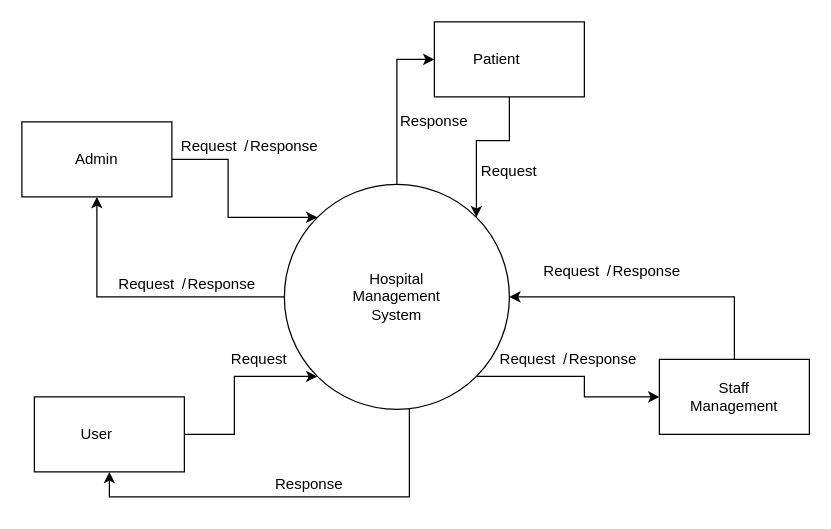
Earlier version of the draw.io diagram Untitled Diagram.drawio (rishabacharya/dfd). Source tidied: cells renumbered, new cells numbered last; positions are measured from the earlier drawing's top-left corner, leaving out a move shared by most shapes. Both pictures are drawn from the tidied source at 125%, with x=0, y=0 at pixel (21, 21).
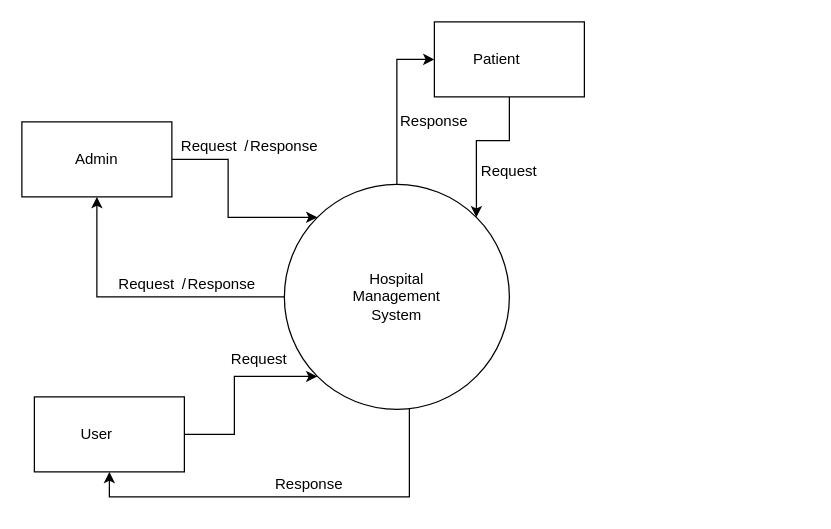
The same diagram, later.

Unchanged cells that the change refers to:
```xml
<mxCell id="6" style="ellipse;whiteSpace=wrap;html=1;" parent="1" vertex="1">
  <mxGeometry x="210" y="130" width="180" height="180" as="geometry" />
</mxCell>
```

Change to the diagram source:
```diff
@@
-    <mxCell id="2" style="edgeStyle=orthogonalEdgeStyle;rounded=0;jettySize=auto;html=1;exitX=1;exitY=1;exitDx=0;exitDy=0;entryX=0;entryY=0.5;entryDx=0;entryDy=0;" parent="1" edge="1" source="6" target="10">
-      <mxGeometry relative="1" as="geometry" />
-    </mxCell>
@@
-    <mxCell id="9" style="edgeStyle=orthogonalEdgeStyle;rounded=0;jettySize=auto;html=1;entryX=1;entryY=0.5;entryDx=0;entryDy=0;" parent="1" edge="1" source="10" target="6">
-      <mxGeometry relative="1" as="geometry">
-        <Array as="points">
-          <mxPoint x="570" y="220" />
-        </Array>
-      </mxGeometry>
-    </mxCell>
-    <mxCell id="10" style="rounded=0;whiteSpace=wrap;html=1;" parent="1" vertex="1">
-      <mxGeometry x="510" y="270" width="120" height="60" as="geometry" />
-    </mxCell>
@@
-    <mxCell id="16" value="Staff Management" style="text;html=1;strokeColor=none;fillColor=none;align=center;verticalAlign=middle;whiteSpace=wrap;rounded=0;" parent="1" vertex="1">
-      <mxGeometry x="550" y="290" width="40" height="20" as="geometry" />
-    </mxCell>
@@
-    <mxCell id="28" value="/" style="text;html=1;strokeColor=none;fillColor=none;align=center;verticalAlign=middle;whiteSpace=wrap;rounded=0;" parent="1" vertex="1">
-      <mxGeometry x="450" y="190" width="40" height="20" as="geometry" />
-    </mxCell>
-    <mxCell id="29" value="Request" style="text;html=1;strokeColor=none;fillColor=none;align=center;verticalAlign=middle;whiteSpace=wrap;rounded=0;" parent="1" vertex="1">
-      <mxGeometry x="420" y="190" width="40" height="20" as="geometry" />
-    </mxCell>
-    <mxCell id="30" value="Response" style="text;html=1;strokeColor=none;fillColor=none;align=center;verticalAlign=middle;whiteSpace=wrap;rounded=0;" parent="1" vertex="1">
-      <mxGeometry x="470" y="190" width="60" height="20" as="geometry" />
-    </mxCell>
-    <mxCell id="31" value="/" style="text;html=1;strokeColor=none;fillColor=none;align=center;verticalAlign=middle;whiteSpace=wrap;rounded=0;" parent="1" vertex="1">
-      <mxGeometry x="415" y="260" width="40" height="20" as="geometry" />
-    </mxCell>
-    <mxCell id="32" value="Request" style="text;html=1;strokeColor=none;fillColor=none;align=center;verticalAlign=middle;whiteSpace=wrap;rounded=0;" parent="1" vertex="1">
-      <mxGeometry x="385" y="260" width="40" height="20" as="geometry" />
-    </mxCell>
-    <mxCell id="33" value="Response" style="text;html=1;strokeColor=none;fillColor=none;align=center;verticalAlign=middle;whiteSpace=wrap;rounded=0;" parent="1" vertex="1">
-      <mxGeometry x="435" y="260" width="60" height="20" as="geometry" />
-    </mxCell>
```
